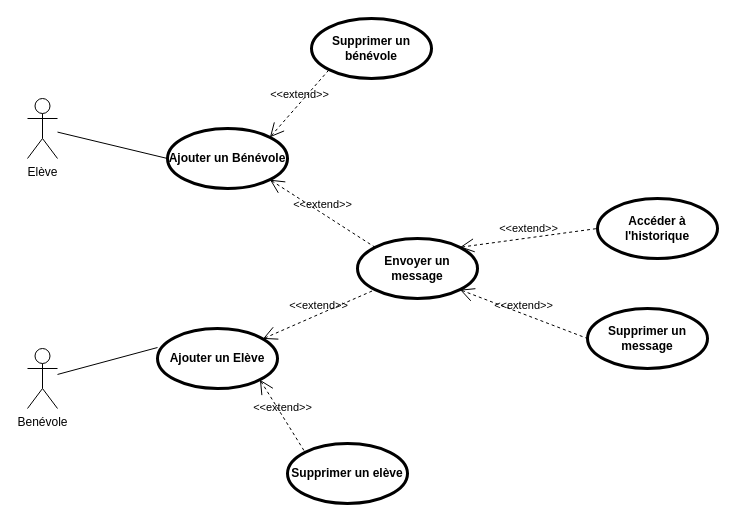
Above: Chat Diagram.drawio in tchicoulo/learnathome (draw.io), before the change. Source tidied: cells renumbered, new cells numbered last; positions are measured from the earlier drawing's top-left corner, leaving out a move shared by most shapes. Both pictures are drawn from the tidied source at 100%, with x=0, y=0 at pixel (27, 18).
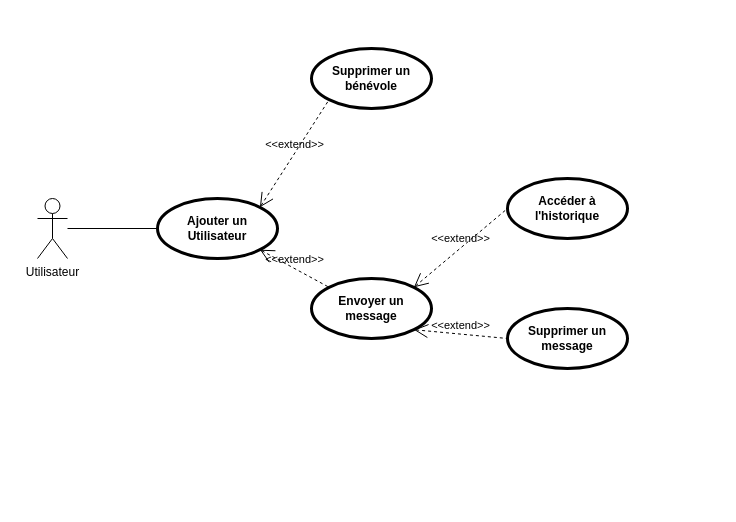
After the change.

What changed in the source:
```diff
@@
 <mxGraphModel>
   <root>
     <mxCell id="0" />
     <mxCell id="1" parent="0" />
-    <mxCell id="2" value="Elève" style="shape=umlActor;html=1;verticalLabelPosition=bottom;verticalAlign=top;align=center;" parent="1" vertex="1">
-      <mxGeometry y="80" width="30" height="60" as="geometry" />
+    <mxCell id="2" value="Utilisateur" style="shape=umlActor;html=1;verticalLabelPosition=bottom;verticalAlign=top;align=center;" parent="1" vertex="1">
+      <mxGeometry x="10" y="180" width="30" height="60" as="geometry" />
     </mxCell>
-    <mxCell id="3" value="Benévole" style="shape=umlActor;html=1;verticalLabelPosition=bottom;verticalAlign=top;align=center;" parent="1" vertex="1">
-      <mxGeometry y="330" width="30" height="60" as="geometry" />
-    </mxCell>
-    <mxCell id="4" value="Ajouter un Bénévole" style="shape=ellipse;html=1;strokeWidth=3;fontStyle=1;whiteSpace=wrap;align=center;perimeter=ellipsePerimeter;" parent="1" vertex="1">
-      <mxGeometry x="140" y="110" width="120" height="60" as="geometry" />
+    <mxCell id="4" value="Ajouter un Utilisateur" style="shape=ellipse;html=1;strokeWidth=3;fontStyle=1;whiteSpace=wrap;align=center;perimeter=ellipsePerimeter;" parent="1" vertex="1">
+      <mxGeometry x="130" y="180" width="120" height="60" as="geometry" />
     </mxCell>
-    <mxCell id="5" value="Ajouter un Elève" style="shape=ellipse;html=1;strokeWidth=3;fontStyle=1;whiteSpace=wrap;align=center;perimeter=ellipsePerimeter;" parent="1" vertex="1">
-      <mxGeometry x="130" y="310" width="120" height="60" as="geometry" />
-    </mxCell>
     <mxCell id="6" style="edgeStyle=none;html=1;endArrow=none;verticalAlign=bottom;rounded=0;entryX=0;entryY=0.5;entryDx=0;entryDy=0;" parent="1" edge="1" source="2" target="4">
       <mxGeometry relative="1" as="geometry" />
     </mxCell>
-    <mxCell id="7" style="edgeStyle=none;html=1;endArrow=none;verticalAlign=bottom;rounded=0;entryX=0;entryY=0.317;entryDx=0;entryDy=0;entryPerimeter=0;" parent="1" edge="1" source="3" target="5">
-      <mxGeometry relative="1" as="geometry" />
-    </mxCell>
-    <mxCell id="8" value="Supprimer un elève" style="shape=ellipse;html=1;strokeWidth=3;fontStyle=1;whiteSpace=wrap;align=center;perimeter=ellipsePerimeter;" parent="1" vertex="1">
-      <mxGeometry x="260" y="425" width="120" height="60" as="geometry" />
-    </mxCell>
     <mxCell id="9" value="Supprimer un bénévole" style="shape=ellipse;html=1;strokeWidth=3;fontStyle=1;whiteSpace=wrap;align=center;perimeter=ellipsePerimeter;" parent="1" vertex="1">
-      <mxGeometry x="284" width="120" height="60" as="geometry" />
+      <mxGeometry x="284" y="30" width="120" height="60" as="geometry" />
     </mxCell>
     <mxCell id="10" value="Envoyer un message" style="shape=ellipse;html=1;strokeWidth=3;fontStyle=1;whiteSpace=wrap;align=center;perimeter=ellipsePerimeter;" parent="1" vertex="1">
-      <mxGeometry x="330" y="220" width="120" height="60" as="geometry" />
+      <mxGeometry x="284" y="260" width="120" height="60" as="geometry" />
     </mxCell>
     <mxCell id="11" value="Accéder à l'historique" style="shape=ellipse;html=1;strokeWidth=3;fontStyle=1;whiteSpace=wrap;align=center;perimeter=ellipsePerimeter;" parent="1" vertex="1">
-      <mxGeometry x="570" y="180" width="120" height="60" as="geometry" />
+      <mxGeometry x="480" y="160" width="120" height="60" as="geometry" />
     </mxCell>
     <mxCell id="12" value="Supprimer un message" style="shape=ellipse;html=1;strokeWidth=3;fontStyle=1;whiteSpace=wrap;align=center;perimeter=ellipsePerimeter;" parent="1" vertex="1">
-      <mxGeometry x="560" y="290" width="120" height="60" as="geometry" />
+      <mxGeometry x="480" y="290" width="120" height="60" as="geometry" />
     </mxCell>
     <mxCell id="13" value="&amp;lt;&amp;lt;extend&amp;gt;&amp;gt;" style="edgeStyle=none;html=1;startArrow=open;endArrow=none;startSize=12;verticalAlign=bottom;dashed=1;labelBackgroundColor=none;rounded=0;exitX=1;exitY=1;exitDx=0;exitDy=0;entryX=0;entryY=0.5;entryDx=0;entryDy=0;" parent="1" edge="1" source="10" target="12">
       <mxGeometry relative="1" as="geometry" />
     </mxCell>
     <mxCell id="14" value="&amp;lt;&amp;lt;extend&amp;gt;&amp;gt;" style="edgeStyle=none;html=1;startArrow=open;endArrow=none;startSize=12;verticalAlign=bottom;dashed=1;labelBackgroundColor=none;rounded=0;entryX=0;entryY=0.5;entryDx=0;entryDy=0;exitX=1;exitY=0;exitDx=0;exitDy=0;" parent="1" edge="1" source="10" target="11">
       <mxGeometry relative="1" as="geometry" />
     </mxCell>
     <mxCell id="15" value="&amp;lt;&amp;lt;extend&amp;gt;&amp;gt;" style="edgeStyle=none;html=1;startArrow=open;endArrow=none;startSize=12;verticalAlign=bottom;dashed=1;labelBackgroundColor=none;rounded=0;exitX=1;exitY=0;exitDx=0;exitDy=0;entryX=0;entryY=1;entryDx=0;entryDy=0;" parent="1" edge="1" source="4" target="9">
       <mxGeometry relative="1" as="geometry" />
     </mxCell>
-    <mxCell id="16" value="&amp;lt;&amp;lt;extend&amp;gt;&amp;gt;" style="edgeStyle=none;html=1;startArrow=open;endArrow=none;startSize=12;verticalAlign=bottom;dashed=1;labelBackgroundColor=none;rounded=0;exitX=1;exitY=1;exitDx=0;exitDy=0;entryX=0;entryY=0;entryDx=0;entryDy=0;" parent="1" edge="1" source="5" target="8">
-      <mxGeometry relative="1" as="geometry" />
-    </mxCell>
-    <mxCell id="17" value="&amp;lt;&amp;lt;extend&amp;gt;&amp;gt;" style="edgeStyle=none;html=1;startArrow=open;endArrow=none;startSize=12;verticalAlign=bottom;dashed=1;labelBackgroundColor=none;rounded=0;entryX=0;entryY=1;entryDx=0;entryDy=0;" parent="1" edge="1" source="5" target="10">
-      <mxGeometry relative="1" as="geometry" />
-    </mxCell>
     <mxCell id="18" value="&amp;lt;&amp;lt;extend&amp;gt;&amp;gt;" style="edgeStyle=none;html=1;startArrow=open;endArrow=none;startSize=12;verticalAlign=bottom;dashed=1;labelBackgroundColor=none;rounded=0;exitX=1;exitY=1;exitDx=0;exitDy=0;entryX=0;entryY=0;entryDx=0;entryDy=0;" parent="1" edge="1" source="4" target="10">
       <mxGeometry relative="1" as="geometry" />
     </mxCell>
   </root>
 </mxGraphModel>
```
